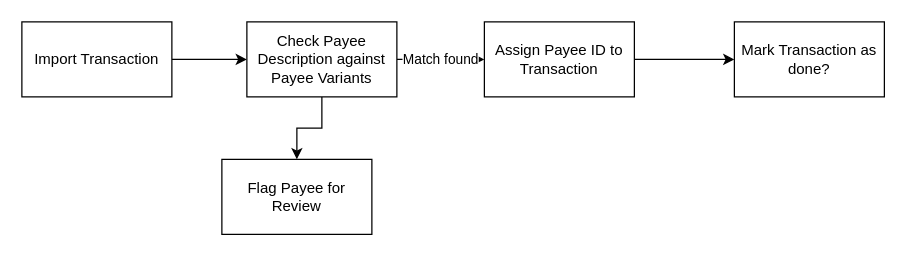
Above: page "Page-1" (1 of 2) of architecture/import_architecture.drawio in axjasf/PersonalFinanceCategorizer_WebApp (draw.io), before the change. Source tidied: cells renumbered, new cells numbered last; positions are measured from the earlier drawing's top-left corner, leaving out a move shared by most shapes. Both pictures are drawn from the tidied source at 125%, with x=0, y=0 at pixel (21, 21).
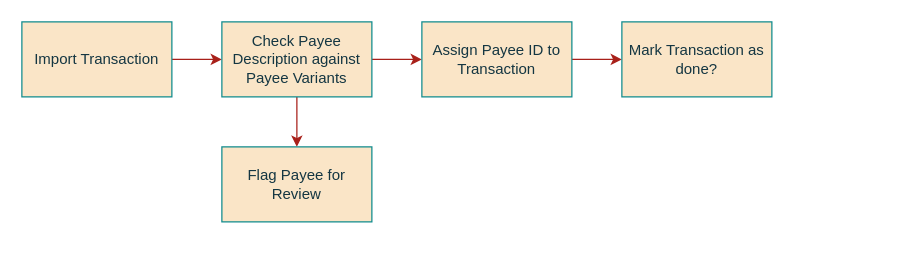
The same page after the edit.

What changed in the source:
```diff
@@
 <mxGraphModel>
   <root>
     <mxCell id="0" />
     <mxCell id="1" parent="0" />
-    <mxCell id="2" style="edgeStyle=orthogonalEdgeStyle;rounded=0;jettySize=auto;html=1;" parent="1" edge="1" source="3" target="6">
+    <mxCell id="2" style="edgeStyle=orthogonalEdgeStyle;rounded=0;jettySize=auto;html=1;labelBackgroundColor=none;fontColor=default;strokeColor=#A8201A;" parent="1" edge="1" source="3" target="6">
       <mxGeometry relative="1" as="geometry" />
     </mxCell>
-    <mxCell id="3" value="Import Transaction" style="rounded=0;whiteSpace=wrap;html=1;" parent="1" vertex="1">
+    <mxCell id="3" value="Import Transaction" style="rounded=0;whiteSpace=wrap;html=1;labelBackgroundColor=none;fillColor=#FAE5C7;strokeColor=#0F8B8D;fontColor=#143642;" parent="1" vertex="1">
       <mxGeometry width="120" height="60" as="geometry" />
     </mxCell>
+    <mxCell id="5" style="edgeStyle=orthogonalEdgeStyle;rounded=0;jettySize=auto;html=1;exitX=0.5;exitY=1;exitDx=0;exitDy=0;labelBackgroundColor=none;fontColor=default;strokeColor=#A8201A;" parent="1" edge="1" source="6" target="9">
+      <mxGeometry relative="1" as="geometry" />
+    </mxCell>
-    <mxCell id="4" value="Match found" style="edgeStyle=orthogonalEdgeStyle;rounded=0;jettySize=auto;html=1;" parent="1" edge="1" source="6" target="8">
+    <mxCell id="4" style="edgeStyle=orthogonalEdgeStyle;rounded=0;jettySize=auto;html=1;exitX=1;exitY=0.5;exitDx=0;exitDy=0;labelBackgroundColor=none;fontColor=default;strokeColor=#A8201A;" parent="1" edge="1" source="6" target="8">
       <mxGeometry relative="1" as="geometry" />
     </mxCell>
-    <mxCell id="5" style="edgeStyle=orthogonalEdgeStyle;rounded=0;jettySize=auto;html=1;" parent="1" edge="1" source="6" target="9">
-      <mxGeometry relative="1" as="geometry" />
-    </mxCell>
-    <mxCell id="6" value="Check Payee Description against Payee Variants" style="rounded=0;whiteSpace=wrap;html=1;" parent="1" vertex="1">
-      <mxGeometry x="180" width="120" height="60" as="geometry" />
+    <mxCell id="6" value="Check Payee Description against Payee Variants" style="rounded=0;whiteSpace=wrap;html=1;labelBackgroundColor=none;fillColor=#FAE5C7;strokeColor=#0F8B8D;fontColor=#143642;" parent="1" vertex="1">
+      <mxGeometry x="160" width="120" height="60" as="geometry" />
     </mxCell>
-    <mxCell id="7" style="edgeStyle=orthogonalEdgeStyle;rounded=0;jettySize=auto;html=1;" parent="1" edge="1" source="8" target="10">
+    <mxCell id="7" style="edgeStyle=orthogonalEdgeStyle;rounded=0;jettySize=auto;html=1;labelBackgroundColor=none;fontColor=default;strokeColor=#A8201A;" parent="1" edge="1" source="8" target="10">
       <mxGeometry relative="1" as="geometry" />
     </mxCell>
-    <mxCell id="8" value="Assign Payee ID to Transaction" style="rounded=0;whiteSpace=wrap;html=1;" parent="1" vertex="1">
-      <mxGeometry x="370" width="120" height="60" as="geometry" />
-    </mxCell>
-    <mxCell id="9" value="Flag Payee for Review" style="rounded=0;whiteSpace=wrap;html=1;" parent="1" vertex="1">
-      <mxGeometry x="160" y="110" width="120" height="60" as="geometry" />
+    <mxCell id="9" value="Flag Payee for Review" style="rounded=0;whiteSpace=wrap;html=1;labelBackgroundColor=none;fillColor=#FAE5C7;strokeColor=#0F8B8D;fontColor=#143642;" parent="1" vertex="1">
+      <mxGeometry x="160" y="100" width="120" height="60" as="geometry" />
     </mxCell>
-    <mxCell id="10" value="Mark Transaction as done?" style="rounded=0;whiteSpace=wrap;html=1;" parent="1" vertex="1">
-      <mxGeometry x="570" width="120" height="60" as="geometry" />
+    <mxCell id="10" value="Mark Transaction as done?" style="rounded=0;whiteSpace=wrap;html=1;labelBackgroundColor=none;fillColor=#FAE5C7;strokeColor=#0F8B8D;fontColor=#143642;" parent="1" vertex="1">
+      <mxGeometry x="480" width="120" height="60" as="geometry" />
     </mxCell>
+    <mxCell id="8" value="Assign Payee ID to Transaction" style="rounded=0;whiteSpace=wrap;html=1;labelBackgroundColor=none;fillColor=#FAE5C7;strokeColor=#0F8B8D;fontColor=#143642;" parent="1" vertex="1">
+      <mxGeometry x="320" width="120" height="60" as="geometry" />
+    </mxCell>
   </root>
 </mxGraphModel>
```
